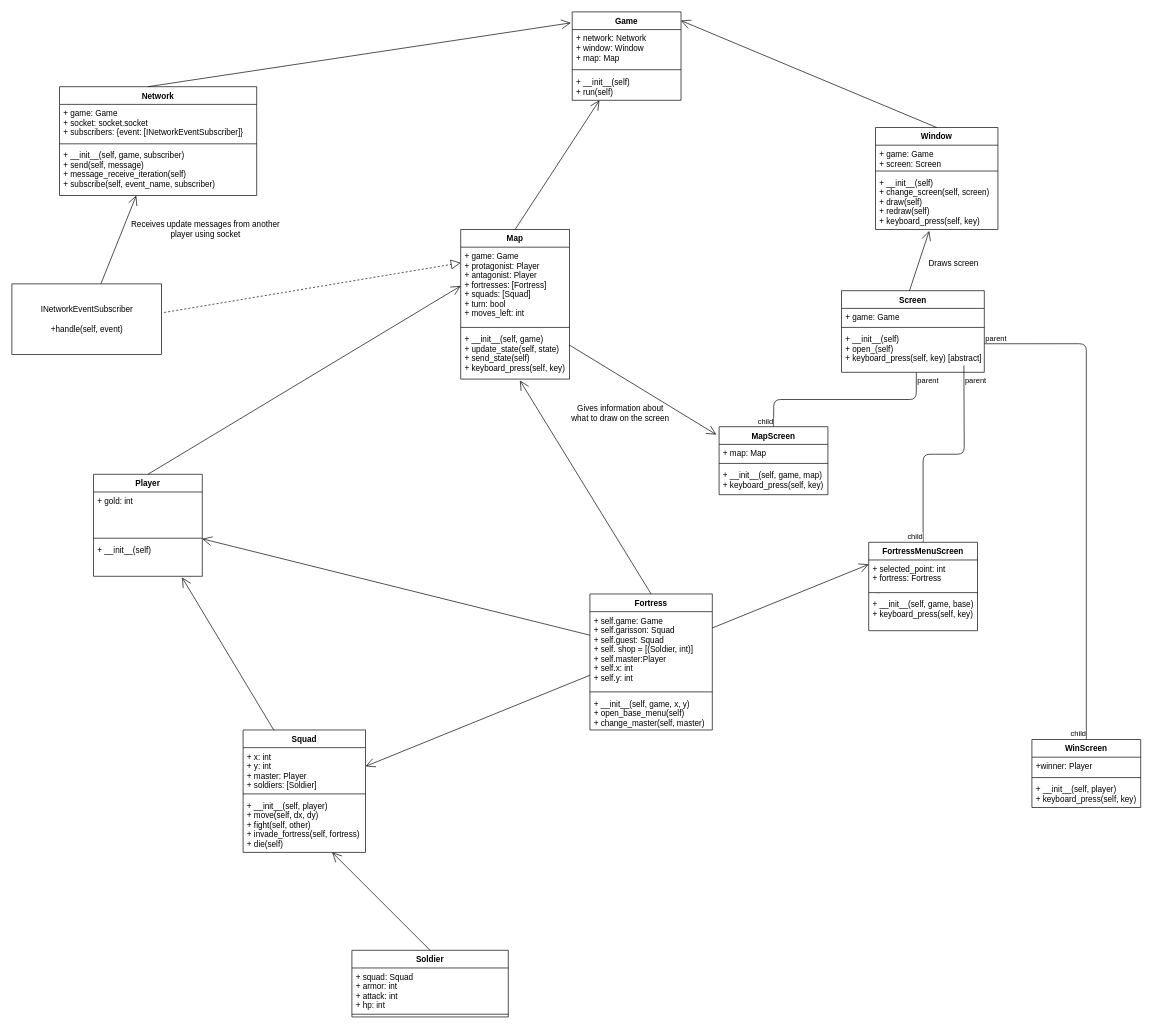
maljunaplanedo/tpgame keeps this draw.io diagram as doc/Untitled Diagram.drawio. Above is the earlier version. Source tidied: cells renumbered, new cells numbered last; positions are measured from the earlier drawing's top-left corner, leaving out a move shared by most shapes. Both pictures are drawn from the tidied source at 68%, with x=0, y=0 at pixel (12, 12).
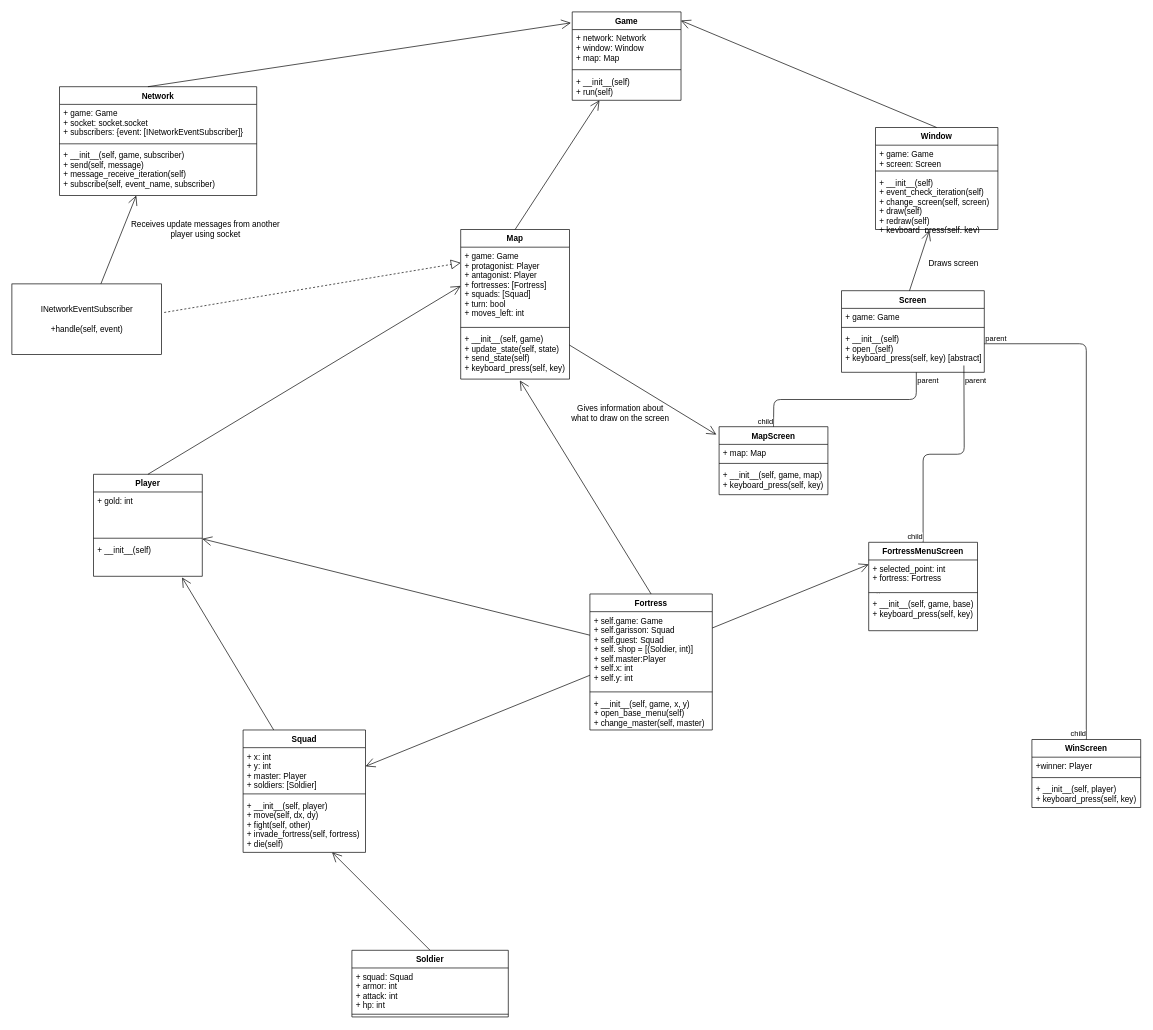
After the change.

The change refers to these unchanged cells:
```xml
<mxCell id="11" value="Window" style="swimlane;fontStyle=1;align=center;verticalAlign=top;horizontal=1;startSize=26;" parent="1" vertex="1">
  <mxGeometry x="1270" y="170" width="180" height="150" as="geometry" />
</mxCell>
```

Diff of the diagram source:
```diff
@@
-    <mxCell id="14" value="+ __init__(self)&#10;+ change_screen(self, screen)&#10;+ draw(self)&#10;+ redraw(self)&#10;+ keyboard_press(self, key)&#10;" style="text;strokeColor=none;fillColor=none;align=left;verticalAlign=top;spacingLeft=4;spacingRight=4;overflow=hidden;points=[[0,0.5],[1,0.5]];portConstraint=eastwest;" parent="11" vertex="1">
+    <mxCell id="14" value="+ __init__(self)&#10;+ event_check_iteration(self)&#10;+ change_screen(self, screen)&#10;+ draw(self)&#10;+ redraw(self)&#10;+ keyboard_press(self, key)&#10;" style="text;strokeColor=none;fillColor=none;align=left;verticalAlign=top;spacingLeft=4;spacingRight=4;overflow=hidden;points=[[0,0.5],[1,0.5]];portConstraint=eastwest;" parent="11" vertex="1">
       <mxGeometry y="68" width="180" height="82" as="geometry" />
     </mxCell>
```
